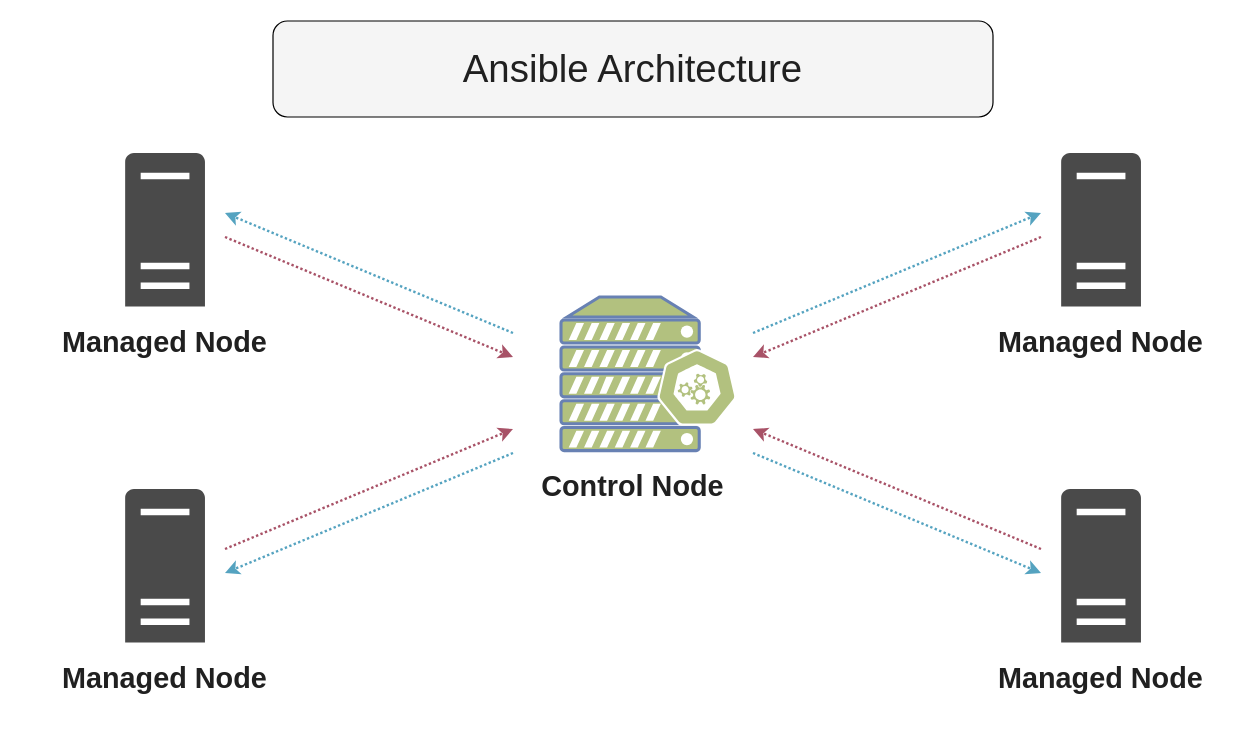
This is getting-started-with-ansible/configuring-multiple-hosts/assets/ansible-architecture.drawio from hieuvp/learning-automation-tools, a draw.io file, before an edit. Source tidied: cells renumbered, new cells numbered last; positions are measured from the earlier drawing's top-left corner, leaving out a move shared by most shapes. Both pictures are drawn from the tidied source at 120%, with x=0, y=0 at pixel (44, 20).
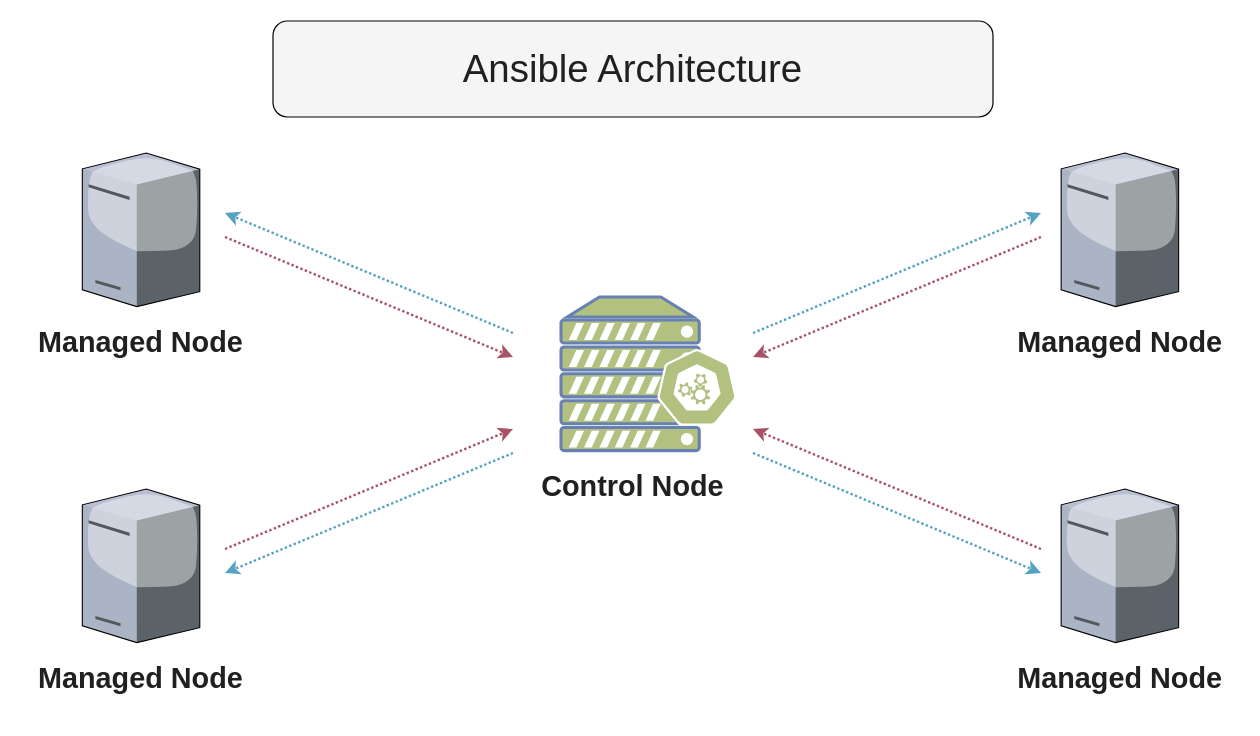
Above is the later version.

Diff of the diagram source:
```diff
@@
-    <mxCell id="15" style="shadow=0;dashed=0;html=1;strokeColor=none;fillColor=#4A4A4A;labelPosition=center;verticalLabelPosition=bottom;verticalAlign=top;align=center;shape=mxgraph.office.servers.server_generic;" parent="1" vertex="1">
-      <mxGeometry x="66.8" y="390" width="66.5" height="128" as="geometry" />
-    </mxCell>
-    <mxCell id="16" value="&lt;b style=&quot;font-size: 24px;&quot;&gt;&lt;font color=&quot;#202020&quot; style=&quot;font-size: 24px;&quot;&gt;Managed Node&lt;/font&gt;&lt;/b&gt;" style="text;html=1;strokeColor=none;fillColor=none;align=center;verticalAlign=middle;whiteSpace=wrap;rounded=0;fontSize=24;" parent="1" vertex="1">
-      <mxGeometry y="518" width="200" height="60" as="geometry" />
-    </mxCell>
-    <mxCell id="17" style="shadow=0;dashed=0;html=1;strokeColor=none;fillColor=#4A4A4A;labelPosition=center;verticalLabelPosition=bottom;verticalAlign=top;align=center;shape=mxgraph.office.servers.server_generic;" parent="1" vertex="1">
-      <mxGeometry x="66.8" y="110" width="66.5" height="128" as="geometry" />
-    </mxCell>
-    <mxCell id="18" value="&lt;b style=&quot;font-size: 24px;&quot;&gt;&lt;font color=&quot;#202020&quot; style=&quot;font-size: 24px;&quot;&gt;Managed Node&lt;/font&gt;&lt;/b&gt;" style="text;html=1;strokeColor=none;fillColor=none;align=center;verticalAlign=middle;whiteSpace=wrap;rounded=0;fontSize=24;" parent="1" vertex="1">
-      <mxGeometry y="238" width="200" height="60" as="geometry" />
-    </mxCell>
-    <mxCell id="19" style="shadow=0;dashed=0;html=1;strokeColor=none;fillColor=#4A4A4A;labelPosition=center;verticalLabelPosition=bottom;verticalAlign=top;align=center;shape=mxgraph.office.servers.server_generic;" parent="1" vertex="1">
-      <mxGeometry x="846.8" y="110" width="66.5" height="128" as="geometry" />
-    </mxCell>
-    <mxCell id="20" value="&lt;b style=&quot;font-size: 24px;&quot;&gt;&lt;font color=&quot;#202020&quot; style=&quot;font-size: 24px;&quot;&gt;Managed Node&lt;/font&gt;&lt;/b&gt;" style="text;html=1;strokeColor=none;fillColor=none;align=center;verticalAlign=middle;whiteSpace=wrap;rounded=0;fontSize=24;" parent="1" vertex="1">
-      <mxGeometry x="780" y="238" width="200" height="60" as="geometry" />
-    </mxCell>
-    <mxCell id="21" style="shadow=0;dashed=0;html=1;strokeColor=none;fillColor=#4A4A4A;labelPosition=center;verticalLabelPosition=bottom;verticalAlign=top;align=center;shape=mxgraph.office.servers.server_generic;" parent="1" vertex="1">
-      <mxGeometry x="846.8" y="390" width="66.5" height="128" as="geometry" />
-    </mxCell>
-    <mxCell id="22" value="&lt;b style=&quot;font-size: 24px;&quot;&gt;&lt;font color=&quot;#202020&quot; style=&quot;font-size: 24px;&quot;&gt;Managed Node&lt;/font&gt;&lt;/b&gt;" style="text;html=1;strokeColor=none;fillColor=none;align=center;verticalAlign=middle;whiteSpace=wrap;rounded=0;fontSize=24;" parent="1" vertex="1">
-      <mxGeometry x="780" y="518" width="200" height="60" as="geometry" />
-    </mxCell>
@@
+    <mxCell id="27" style="group;" parent="1" vertex="1">
+      <mxGeometry x="795.7" y="390" width="200" height="188" as="geometry" />
+    </mxCell>
+    <mxCell id="22" value="&lt;b style=&quot;font-size: 24px;&quot;&gt;&lt;font color=&quot;#202020&quot; style=&quot;font-size: 24px;&quot;&gt;Managed Node&lt;/font&gt;&lt;/b&gt;" style="text;html=1;strokeColor=none;fillColor=none;align=center;verticalAlign=middle;whiteSpace=wrap;rounded=0;fontSize=24;" parent="27" vertex="1">
+      <mxGeometry y="128" width="200" height="60" as="geometry" />
+    </mxCell>
+    <mxCell id="28" style="verticalLabelPosition=bottom;html=1;verticalAlign=top;strokeColor=none;shape=mxgraph.citrix.tower_server;rounded=0;shadow=0;comic=0;fontFamily=Verdana;" parent="27" vertex="1">
+      <mxGeometry x="51.1" width="97.9" height="128" as="geometry" />
+    </mxCell>
+    <mxCell id="29" style="group;" parent="1" vertex="1">
+      <mxGeometry x="795.7" y="110" width="200" height="188" as="geometry" />
+    </mxCell>
+    <mxCell id="30" value="&lt;b style=&quot;font-size: 24px;&quot;&gt;&lt;font color=&quot;#202020&quot; style=&quot;font-size: 24px;&quot;&gt;Managed Node&lt;/font&gt;&lt;/b&gt;" style="text;html=1;strokeColor=none;fillColor=none;align=center;verticalAlign=middle;whiteSpace=wrap;rounded=0;fontSize=24;" parent="29" vertex="1">
+      <mxGeometry y="128" width="200" height="60" as="geometry" />
+    </mxCell>
+    <mxCell id="31" style="verticalLabelPosition=bottom;html=1;verticalAlign=top;strokeColor=none;shape=mxgraph.citrix.tower_server;rounded=0;shadow=0;comic=0;fontFamily=Verdana;" parent="29" vertex="1">
+      <mxGeometry x="51.1" width="97.9" height="128" as="geometry" />
+    </mxCell>
+    <mxCell id="32" style="group;" parent="1" vertex="1">
+      <mxGeometry x="-20" y="110" width="200" height="188" as="geometry" />
+    </mxCell>
+    <mxCell id="33" value="&lt;b style=&quot;font-size: 24px;&quot;&gt;&lt;font color=&quot;#202020&quot; style=&quot;font-size: 24px;&quot;&gt;Managed Node&lt;/font&gt;&lt;/b&gt;" style="text;html=1;strokeColor=none;fillColor=none;align=center;verticalAlign=middle;whiteSpace=wrap;rounded=0;fontSize=24;" parent="32" vertex="1">
+      <mxGeometry y="128" width="200" height="60" as="geometry" />
+    </mxCell>
+    <mxCell id="34" style="verticalLabelPosition=bottom;html=1;verticalAlign=top;strokeColor=none;shape=mxgraph.citrix.tower_server;rounded=0;shadow=0;comic=0;fontFamily=Verdana;" parent="32" vertex="1">
+      <mxGeometry x="51.1" width="97.9" height="128" as="geometry" />
+    </mxCell>
+    <mxCell id="35" style="group;" parent="1" vertex="1">
+      <mxGeometry x="-20" y="390" width="200" height="188" as="geometry" />
+    </mxCell>
+    <mxCell id="36" value="&lt;b style=&quot;font-size: 24px;&quot;&gt;&lt;font color=&quot;#202020&quot; style=&quot;font-size: 24px;&quot;&gt;Managed Node&lt;/font&gt;&lt;/b&gt;" style="text;html=1;strokeColor=none;fillColor=none;align=center;verticalAlign=middle;whiteSpace=wrap;rounded=0;fontSize=24;" parent="35" vertex="1">
+      <mxGeometry y="128" width="200" height="60" as="geometry" />
+    </mxCell>
+    <mxCell id="37" style="verticalLabelPosition=bottom;html=1;verticalAlign=top;strokeColor=none;shape=mxgraph.citrix.tower_server;rounded=0;shadow=0;comic=0;fontFamily=Verdana;" parent="35" vertex="1">
+      <mxGeometry x="51.1" width="97.9" height="128" as="geometry" />
+    </mxCell>
```
